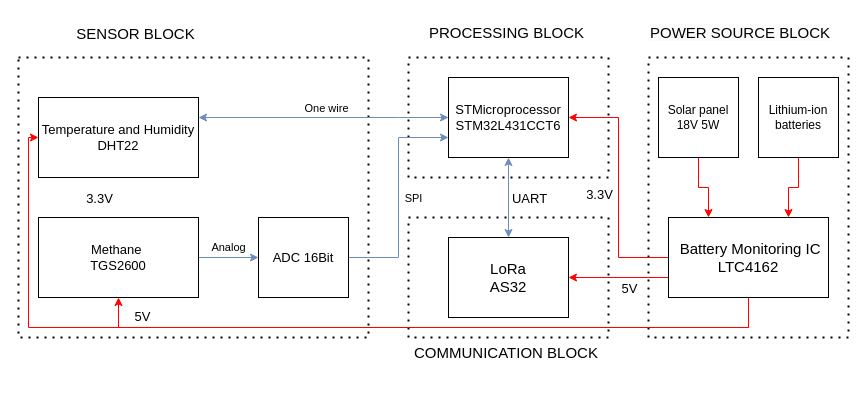
This is Sub.drawio from K2ayzz/ForDrawIO, a draw.io file, before an edit. Source tidied: cells renumbered, new cells numbered last; positions are measured from the earlier drawing's top-left corner, leaving out a move shared by most shapes. Both pictures are drawn from the tidied source at 100%, with x=0, y=0 at pixel (18, 17).
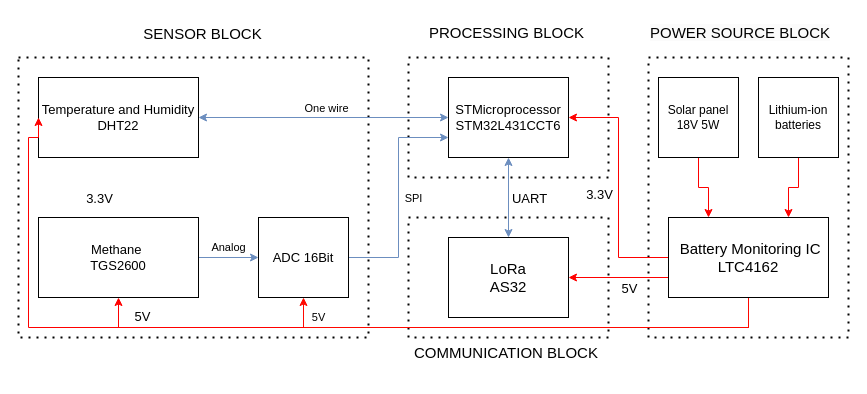
Above is the later version.

Commit message (it also covers changes not shown here):
Cập nhật Sub.drawio

The change refers to these unchanged cells:
```xml
<mxCell id="6" value="&lt;font style=&quot;font-size: 13px;&quot;&gt;STMicroprocessor&lt;/font&gt;&lt;div&gt;&lt;font style=&quot;font-size: 13px;&quot;&gt;STM32L431CCT6&lt;/font&gt;&lt;/div&gt;" style="whiteSpace=wrap;html=1;rounded=0;fontSize=11;" parent="1" vertex="1">
  <mxGeometry x="430" y="60" width="120" height="80" as="geometry" />
</mxCell>
<mxCell id="9" style="endArrow=none;dashed=1;html=1;dashPattern=1 3;strokeWidth=2;rounded=0;" parent="1" edge="1">
  <mxGeometry relative="1" as="geometry">
    <mxPoint y="40" as="sourcePoint" />
    <mxPoint y="40" as="targetPoint" />
    <Array as="points">
      <mxPoint x="350" y="40" />
      <mxPoint x="350" y="320" />
      <mxPoint y="320" />
    </Array>
  </mxGeometry>
</mxCell>
<mxCell id="26" value="&lt;span style=&quot;font-size: 15px;&quot;&gt;&amp;nbsp;Battery Monitoring IC LTC4162&lt;/span&gt;" style="whiteSpace=wrap;html=1;rounded=0;" parent="1" vertex="1">
  <mxGeometry x="650" y="200" width="160" height="80" as="geometry" />
</mxCell>
<mxCell id="34" value="&lt;div&gt;&lt;font style=&quot;font-size: 13px;&quot;&gt;ADC 16Bit&lt;/font&gt;&lt;/div&gt;" style="whiteSpace=wrap;html=1;rounded=0;fontSize=11;" parent="1" vertex="1">
  <mxGeometry x="240" y="200" width="90" height="80" as="geometry" />
</mxCell>
```

Diff of the diagram source:
```diff
@@
     <mxCell id="8" value="&lt;font style=&quot;font-size: 13px;&quot;&gt;Temperature and Humidity&lt;/font&gt;&lt;div style=&quot;&quot;&gt;&lt;span style=&quot;font-size: 13px;&quot;&gt;DHT22&lt;/span&gt;&lt;/div&gt;" style="whiteSpace=wrap;html=1;rounded=0;fontSize=11;" parent="1" vertex="1">
-      <mxGeometry x="20" y="80" width="160" height="80" as="geometry" />
+      <mxGeometry x="20" y="60" width="160" height="80" as="geometry" />
     </mxCell>
@@
     <mxCell id="10" value="&lt;font style=&quot;font-size: 15px;&quot;&gt;SENSOR BLOCK&lt;/font&gt;" style="edgeLabel;html=1;align=center;verticalAlign=middle;" parent="9" vertex="1">
       <mxGeometry x="-0.84" y="-1" relative="1" as="geometry">
-        <mxPoint x="15" y="-26" as="offset" />
+        <mxPoint x="82" y="-26" as="offset" />
       </mxGeometry>
     </mxCell>
@@
+    <mxCell id="35" value="5V" style="edgeStyle=orthogonalEdgeStyle;rounded=0;jettySize=auto;html=1;entryX=0.5;entryY=1;entryDx=0;entryDy=0;fillColor=#f8cecc;strokeColor=#ff0800;" parent="1" edge="1" source="26" target="34">
+      <mxGeometry x="0.82" y="-10" relative="1" as="geometry">
+        <Array as="points">
+          <mxPoint x="730" y="310" />
+          <mxPoint x="285" y="310" />
+        </Array>
+      </mxGeometry>
+    </mxCell>
@@
-    <mxCell id="29" style="endArrow=classic;startArrow=classic;html=1;rounded=0;entryX=0;entryY=0.5;entryDx=0;entryDy=0;exitX=1;exitY=0.25;exitDx=0;exitDy=0;fillColor=#dae8fc;strokeColor=#6c8ebf;" parent="1" edge="1" source="8" target="6">
+    <mxCell id="29" style="endArrow=classic;startArrow=classic;html=1;rounded=0;entryX=0;entryY=0.5;entryDx=0;entryDy=0;fillColor=#dae8fc;strokeColor=#6c8ebf;" parent="1" edge="1" target="6">
       <mxGeometry relative="1" as="geometry">
+        <mxPoint x="180" y="100" as="sourcePoint" />
         <Array as="points">
-          <mxPoint x="380" y="100" />
+          <mxPoint x="180" y="100" />
         </Array>
       </mxGeometry>
     </mxCell>
```
